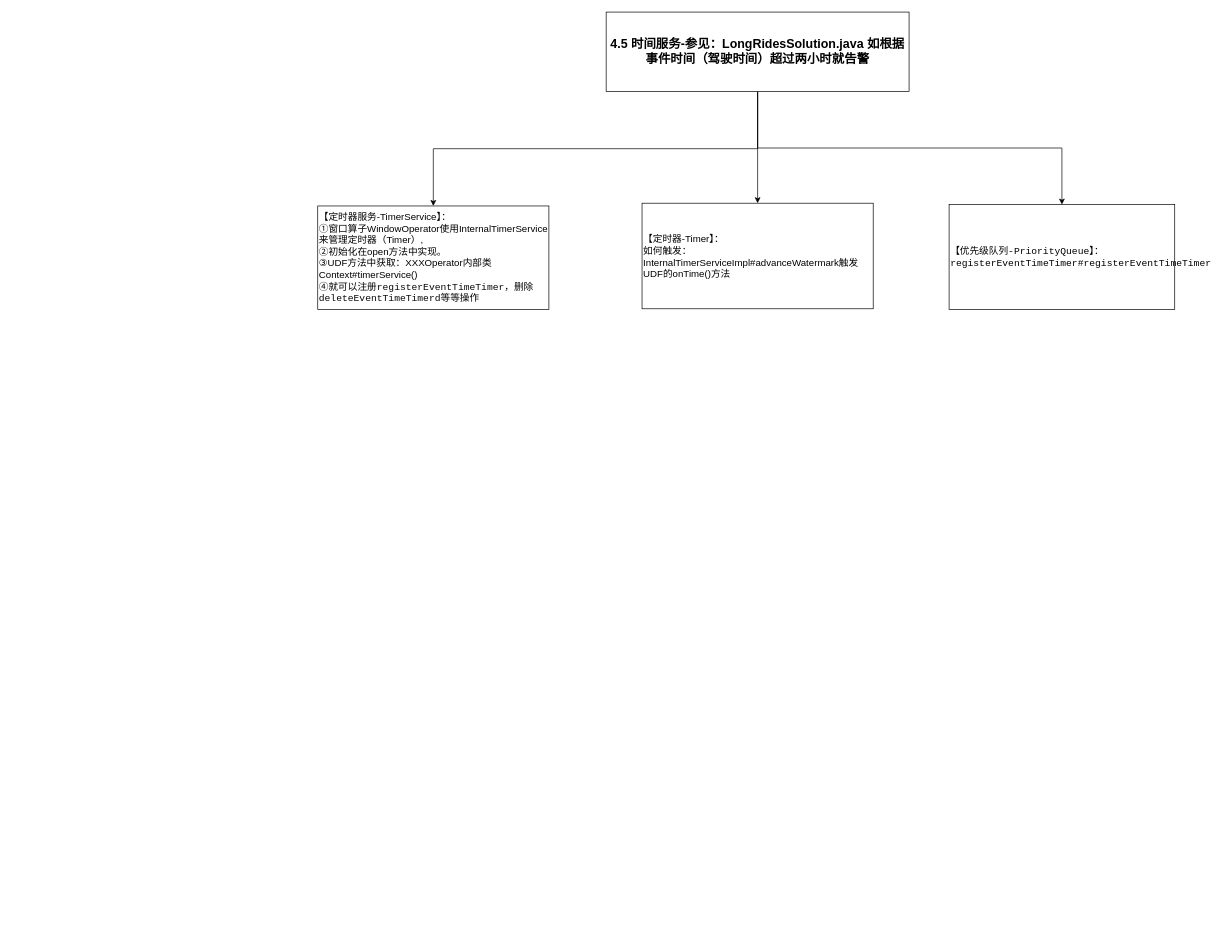
kimi-sxh/process_pic keeps this draw.io diagram as 第四章 时间与窗口.drawio. Above is the earlier version. Source tidied: cells renumbered, new cells numbered last; positions are measured from the earlier drawing's top-left corner, leaving out a move shared by most shapes. Both pictures are drawn from the tidied source at 69%, with x=0, y=0 at pixel (317, 12).
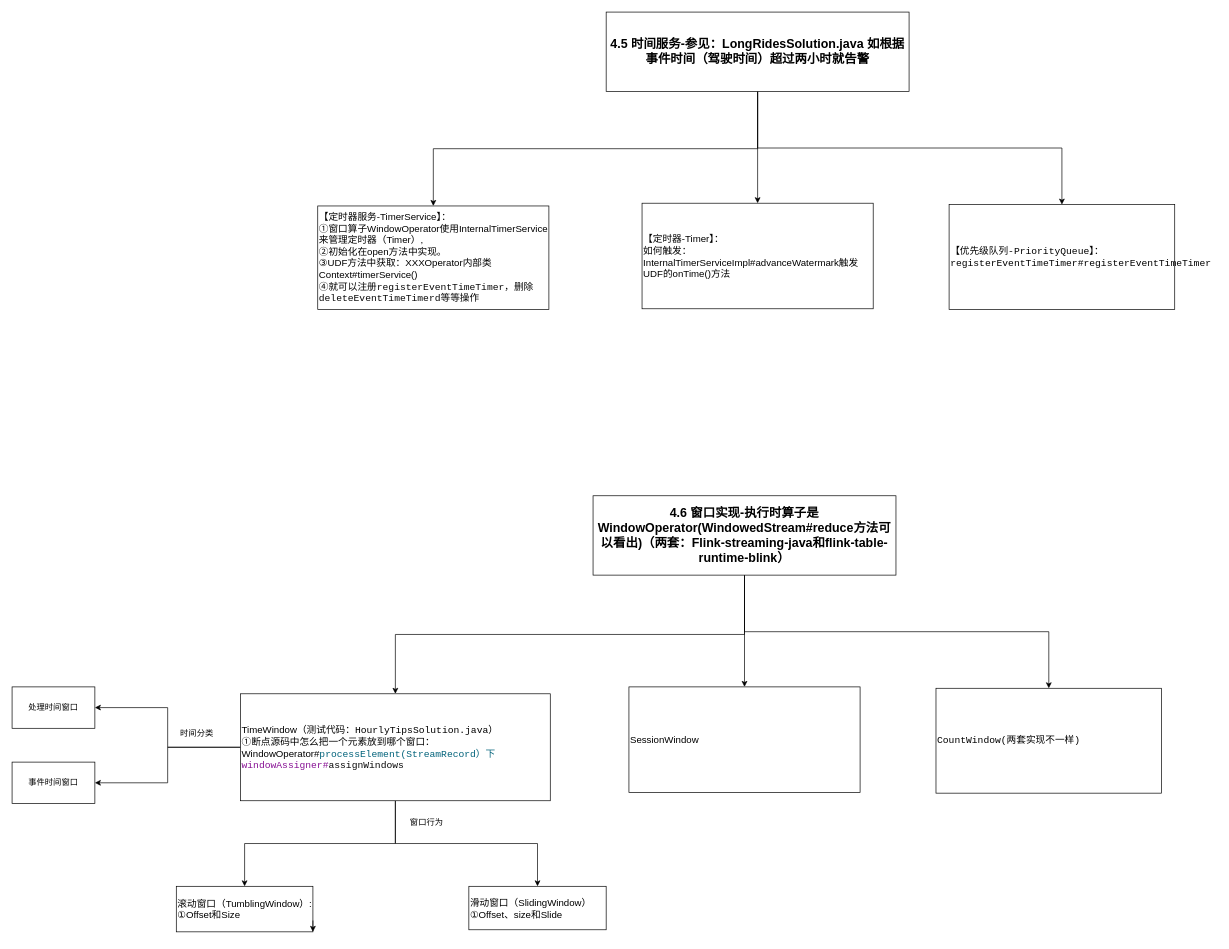
The same diagram, later.

Commit message:
更新第四章 4.6窗口类型.drawio

Diff of the diagram source:
```diff
@@
+    <mxCell id="9" style="edgeStyle=orthogonalEdgeStyle;rounded=0;jettySize=auto;html=1;exitX=0.5;exitY=1;exitDx=0;exitDy=0;" parent="1" edge="1" source="12" target="17">
+      <mxGeometry relative="1" as="geometry" />
+    </mxCell>
+    <mxCell id="10" style="edgeStyle=orthogonalEdgeStyle;rounded=0;jettySize=auto;html=1;exitX=0.5;exitY=1;exitDx=0;exitDy=0;" parent="1" edge="1" source="12" target="18">
+      <mxGeometry relative="1" as="geometry" />
+    </mxCell>
+    <mxCell id="11" style="edgeStyle=orthogonalEdgeStyle;rounded=0;jettySize=auto;html=1;exitX=0.5;exitY=1;exitDx=0;exitDy=0;" parent="1" edge="1" source="12" target="19">
+      <mxGeometry relative="1" as="geometry" />
+    </mxCell>
+    <mxCell id="12" value="&lt;h2&gt;&lt;font style=&quot;font-size: 18px;&quot;&gt;&lt;b&gt;4.6 窗口实现-执行时算子是WindowOperator(WindowedStream#reduce方法可以看出)（两套：Flink-streaming-java和flink-table-runtime-blink）&lt;/b&gt;&lt;/font&gt;&lt;/h2&gt;" style="rounded=0;whiteSpace=wrap;html=1;" parent="1" vertex="1">
+      <mxGeometry x="399" y="701" width="439" height="115" as="geometry" />
+    </mxCell>
+    <mxCell id="13" style="edgeStyle=orthogonalEdgeStyle;rounded=0;jettySize=auto;html=1;exitX=0;exitY=0.5;exitDx=0;exitDy=0;entryX=1;entryY=0.5;entryDx=0;entryDy=0;" parent="1" edge="1" source="17" target="21">
+      <mxGeometry relative="1" as="geometry" />
+    </mxCell>
+    <mxCell id="14" style="edgeStyle=orthogonalEdgeStyle;rounded=0;jettySize=auto;html=1;exitX=0.5;exitY=1;exitDx=0;exitDy=0;" parent="1" edge="1" source="17" target="22">
+      <mxGeometry relative="1" as="geometry" />
+    </mxCell>
+    <mxCell id="15" style="edgeStyle=orthogonalEdgeStyle;rounded=0;jettySize=auto;html=1;exitX=0.5;exitY=1;exitDx=0;exitDy=0;entryX=0.5;entryY=0;entryDx=0;entryDy=0;" parent="1" edge="1" source="17" target="24">
+      <mxGeometry relative="1" as="geometry" />
+    </mxCell>
+    <mxCell id="16" style="edgeStyle=orthogonalEdgeStyle;rounded=0;jettySize=auto;html=1;exitX=0;exitY=0.5;exitDx=0;exitDy=0;entryX=1;entryY=0.5;entryDx=0;entryDy=0;" parent="1" edge="1" source="17" target="20">
+      <mxGeometry relative="1" as="geometry" />
+    </mxCell>
+    <mxCell id="17" value="&lt;span style=&quot;font-size: 14px;&quot;&gt;TimeWindow（测试代码：&lt;/span&gt;&lt;span style=&quot;font-family: &amp;quot;JetBrains Mono&amp;quot;, monospace; font-size: 10.5pt; background-color: initial;&quot;&gt;HourlyTipsSolution.java&lt;/span&gt;&lt;span style=&quot;font-size: 14px; background-color: initial;&quot;&gt;）&lt;/span&gt;&lt;br&gt;&lt;div&gt;&lt;span style=&quot;font-size: 14px;&quot;&gt;①断点源码中怎么把一个元素放到哪个窗口：WindowOperator#&lt;/span&gt;&lt;span style=&quot;color: rgb(0, 98, 122); font-family: &amp;quot;JetBrains Mono&amp;quot;, monospace; font-size: 10.5pt; background-color: initial;&quot;&gt;processElement(StreamRecord）下&lt;/span&gt;&lt;span style=&quot;font-family: &amp;quot;JetBrains Mono&amp;quot;, monospace; font-size: 10.5pt; background-color: initial; color: rgb(135, 16, 148);&quot;&gt;windowAssigner#&lt;/span&gt;&lt;span style=&quot;color: rgb(8, 8, 8); font-family: &amp;quot;JetBrains Mono&amp;quot;, monospace; font-size: 10.5pt; background-color: initial;&quot;&gt;assignWindows&lt;/span&gt;&lt;br&gt;&lt;/div&gt;" style="rounded=0;whiteSpace=wrap;html=1;align=left;" parent="1" vertex="1">
+      <mxGeometry x="-112" y="988" width="449" height="155" as="geometry" />
+    </mxCell>
+    <mxCell id="18" value="&lt;font face=&quot;JetBrains Mono, monospace&quot;&gt;&lt;span style=&quot;font-size: 14px;&quot;&gt;CountWindow(两套实现不一样)&lt;/span&gt;&lt;/font&gt;" style="rounded=0;whiteSpace=wrap;html=1;align=left;" parent="1" vertex="1">
+      <mxGeometry x="896" y="980" width="327" height="152" as="geometry" />
+    </mxCell>
+    <mxCell id="19" value="&lt;div&gt;&lt;span style=&quot;font-size: 14px;&quot;&gt;SessionWindow&lt;/span&gt;&lt;/div&gt;" style="rounded=0;whiteSpace=wrap;html=1;align=left;" parent="1" vertex="1">
+      <mxGeometry x="451" y="978" width="335" height="153" as="geometry" />
+    </mxCell>
+    <mxCell id="20" value="处理时间窗口" style="rounded=0;whiteSpace=wrap;html=1;" parent="1" vertex="1">
+      <mxGeometry x="-443" y="978" width="120" height="60" as="geometry" />
+    </mxCell>
+    <mxCell id="21" value="事件时间窗口" style="rounded=0;whiteSpace=wrap;html=1;" parent="1" vertex="1">
+      <mxGeometry x="-443" y="1087" width="120" height="60" as="geometry" />
+    </mxCell>
+    <mxCell id="22" value="&lt;font style=&quot;font-size: 14px;&quot;&gt;滚动窗口（TumblingWindow）:&lt;/font&gt;&lt;div&gt;&lt;span style=&quot;font-size: 14px;&quot;&gt;①Offset和Size&lt;/span&gt;&lt;/div&gt;" style="rounded=0;whiteSpace=wrap;html=1;align=left;" parent="1" vertex="1">
+      <mxGeometry x="-205" y="1267" width="198" height="66" as="geometry" />
+    </mxCell>
+    <mxCell id="23" style="edgeStyle=orthogonalEdgeStyle;rounded=0;orthogonalLoop=1;jettySize=auto;html=1;exitX=1;exitY=0.75;exitDx=0;exitDy=0;entryX=1;entryY=1;entryDx=0;entryDy=0;" parent="1" edge="1" source="22" target="22">
+      <mxGeometry relative="1" as="geometry" />
+    </mxCell>
+    <mxCell id="24" value="&lt;font style=&quot;font-size: 14px;&quot;&gt;滑动窗口（SlidingWindow）&lt;/font&gt;&lt;div&gt;&lt;span style=&quot;font-size: 14px;&quot;&gt;①Offset、size和Slide&lt;/span&gt;&lt;/div&gt;" style="rounded=0;whiteSpace=wrap;html=1;align=left;" parent="1" vertex="1">
+      <mxGeometry x="219" y="1267" width="199" height="63" as="geometry" />
+    </mxCell>
+    <mxCell id="25" value="时间分类" style="text;html=1;align=center;verticalAlign=middle;whiteSpace=wrap;rounded=0;" parent="1" vertex="1">
+      <mxGeometry x="-205" y="1030" width="60" height="30" as="geometry" />
+    </mxCell>
+    <mxCell id="26" value="窗口行为" style="text;html=1;align=center;verticalAlign=middle;whiteSpace=wrap;rounded=0;" parent="1" vertex="1">
+      <mxGeometry x="128" y="1159" width="60" height="30" as="geometry" />
+    </mxCell>
```
